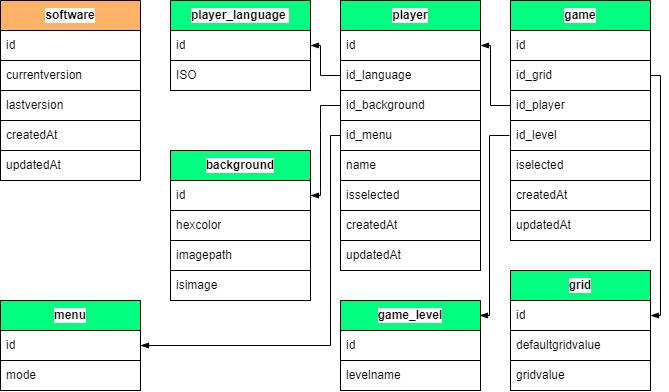
Above: .myresources/design_and_modeling/merise/MPD.drawio.png in Lob2018/SudoFX2024 (draw.io), before the change. Source tidied: cells renumbered, new cells last; positions are measured from the earlier drawing's top-left corner, leaving out a move shared by most shapes.
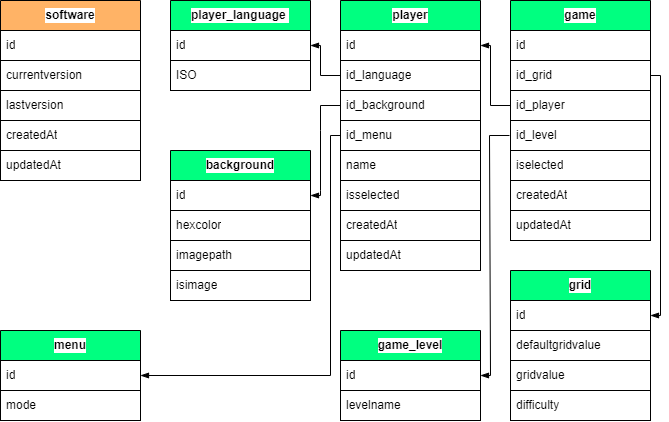
After the change.

Commit message:
Feat Grid : Adds the difficulty field : -Model Grid Byte difficulty (min 0, max 100) -Flyway migration (create base) -GridDto -MCD + MPD

What changed in the source:
```diff
@@ -71,7 +71,7 @@
       <mxGeometry y="210" width="140" height="30" as="geometry" />
     </mxCell>
     <mxCell id="23" value="grid" style="swimlane;fontStyle=1;horizontal=1;startSize=30;whiteSpace=wrap;html=1;swimlaneLine=1;fontColor=#000000;labelBorderColor=none;strokeColor=#000000;fillColor=#00FF80;swimlaneFillColor=none;gradientColor=none;labelBackgroundColor=#FFFFFF;" parent="1" vertex="1">
-      <mxGeometry x="510" y="270" width="140" height="120" as="geometry" />
+      <mxGeometry x="510" y="270" width="140" height="150" as="geometry" />
     </mxCell>
     <mxCell id="24" value="id" style="text;strokeColor=#000000;fillColor=#FFFFFF;align=left;verticalAlign=middle;spacingLeft=4;spacingRight=4;overflow=hidden;points=[[0,0.5],[1,0.5]];portConstraint=eastwest;whiteSpace=wrap;html=1;fontColor=#000000;labelBorderColor=none;swimlaneFillColor=none;gradientColor=none;labelBackgroundColor=#FFFFFF;" parent="23" vertex="1">
       <mxGeometry y="30" width="140" height="30" as="geometry" />
@@ -82,6 +82,9 @@
     <mxCell id="26" value="gridvalue" style="text;strokeColor=#000000;fillColor=#FFFFFF;align=left;verticalAlign=middle;spacingLeft=4;spacingRight=4;overflow=hidden;whiteSpace=wrap;html=1;fontColor=#000000;labelBorderColor=none;swimlaneFillColor=none;gradientColor=none;labelBackgroundColor=#FFFFFF;" parent="23" vertex="1">
       <mxGeometry y="90" width="140" height="30" as="geometry" />
     </mxCell>
+    <mxCell id="49" value="difficulty" style="text;strokeColor=#000000;fillColor=#FFFFFF;align=left;verticalAlign=middle;spacingLeft=4;spacingRight=4;overflow=hidden;whiteSpace=wrap;html=1;fontColor=#000000;labelBorderColor=none;swimlaneFillColor=none;gradientColor=none;labelBackgroundColor=#FFFFFF;" parent="23" vertex="1">
+      <mxGeometry y="120" width="140" height="30" as="geometry" />
+    </mxCell>
     <mxCell id="27" value="background" style="swimlane;fontStyle=1;horizontal=1;startSize=30;whiteSpace=wrap;html=1;swimlaneLine=1;fontColor=#000000;labelBorderColor=none;strokeColor=#000000;fillColor=#00FF80;swimlaneFillColor=none;gradientColor=none;labelBackgroundColor=#FFFFFF;" parent="1" vertex="1">
       <mxGeometry x="170" y="150" width="140" height="150" as="geometry" />
     </mxCell>
@@ -142,7 +145,7 @@
       <mxGeometry y="150" width="140" height="30" as="geometry" />
     </mxCell>
     <mxCell id="41" value="game_level" style="swimlane;fontStyle=1;horizontal=1;startSize=30;whiteSpace=wrap;html=1;swimlaneLine=1;fontColor=#000000;labelBorderColor=none;strokeColor=#000000;fillColor=#00FF80;swimlaneFillColor=none;gradientColor=none;labelBackgroundColor=#FFFFFF;" parent="1" vertex="1">
-      <mxGeometry x="340" y="300" width="140" height="90" as="geometry" />
+      <mxGeometry x="340" y="330" width="140" height="90" as="geometry" />
     </mxCell>
     <mxCell id="42" value="id" style="text;strokeColor=#000000;fillColor=#FFFFFF;align=left;verticalAlign=middle;spacingLeft=4;spacingRight=4;overflow=hidden;points=[[0,0.5],[1,0.5]];portConstraint=eastwest;whiteSpace=wrap;html=1;fontColor=#000000;labelBorderColor=none;swimlaneFillColor=none;gradientColor=none;labelBackgroundColor=#FFFFFF;" parent="41" vertex="1">
       <mxGeometry y="30" width="140" height="30" as="geometry" />
@@ -150,18 +153,17 @@
     <mxCell id="43" value="levelname" style="text;strokeColor=#000000;fillColor=#FFFFFF;align=left;verticalAlign=middle;spacingLeft=4;spacingRight=4;overflow=hidden;whiteSpace=wrap;html=1;fontColor=#000000;labelBorderColor=none;swimlaneFillColor=none;gradientColor=none;labelBackgroundColor=#FFFFFF;" parent="41" vertex="1">
       <mxGeometry y="60" width="140" height="30" as="geometry" />
     </mxCell>
-    <mxCell id="44" style="edgeStyle=none;html=1;strokeColor=#000000;endArrow=blockThin;endFill=1;entryX=1;entryY=0.5;entryDx=0;entryDy=0;rounded=0;exitX=0;exitY=0.5;exitDx=0;exitDy=0;" parent="1" edge="1">
+    <mxCell id="44" style="edgeStyle=none;html=1;strokeColor=#000000;endArrow=blockThin;endFill=1;entryX=1;entryY=0.5;entryDx=0;entryDy=0;rounded=0;exitX=0;exitY=0.5;exitDx=0;exitDy=0;" parent="1" edge="1" target="42">
       <mxGeometry relative="1" as="geometry">
         <mxPoint x="509" y="135" as="sourcePoint" />
-        <mxPoint x="479" y="315" as="targetPoint" />
         <Array as="points">
           <mxPoint x="489" y="135" />
-          <mxPoint x="489" y="315" />
+          <mxPoint x="490" y="375" />
         </Array>
       </mxGeometry>
     </mxCell>
     <mxCell id="45" value="menu" style="swimlane;fontStyle=1;horizontal=1;startSize=30;whiteSpace=wrap;html=1;swimlaneLine=1;fontColor=#000000;labelBorderColor=none;strokeColor=#000000;fillColor=#00FF80;swimlaneFillColor=none;gradientColor=none;labelBackgroundColor=#FFFFFF;" parent="1" vertex="1">
-      <mxGeometry y="300" width="140" height="90" as="geometry" />
+      <mxGeometry y="330" width="140" height="90" as="geometry" />
     </mxCell>
     <mxCell id="46" value="id" style="text;strokeColor=#000000;fillColor=#FFFFFF;align=left;verticalAlign=middle;spacingLeft=4;spacingRight=4;overflow=hidden;points=[[0,0.5],[1,0.5]];portConstraint=eastwest;whiteSpace=wrap;html=1;fontColor=#000000;labelBorderColor=none;swimlaneFillColor=none;gradientColor=none;labelBackgroundColor=#FFFFFF;" parent="45" vertex="1">
       <mxGeometry y="30" width="140" height="30" as="geometry" />
@@ -173,7 +175,7 @@
       <mxGeometry relative="1" as="geometry">
         <Array as="points">
           <mxPoint x="330" y="135" />
-          <mxPoint x="330" y="345" />
+          <mxPoint x="330" y="375" />
         </Array>
       </mxGeometry>
     </mxCell>
```
